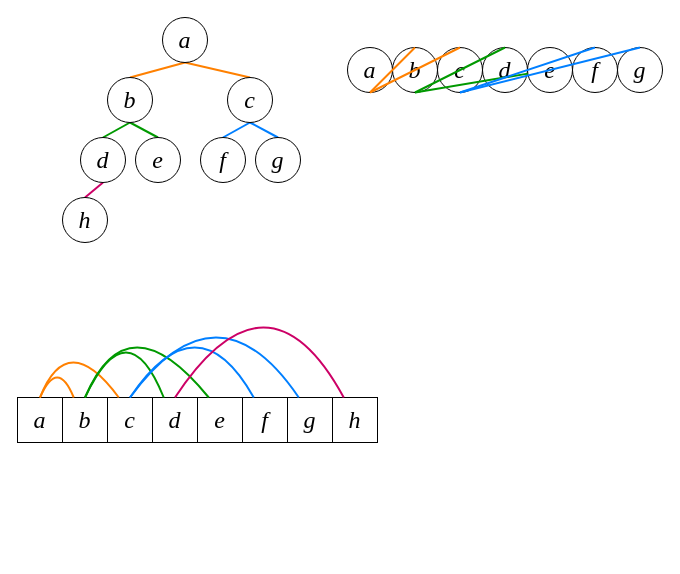
Above: graphs/Complete Binary Tree.drawio in lgreco/images (draw.io), before the change. Source tidied: cells renumbered, new cells numbered last; positions are measured from the earlier drawing's top-left corner, leaving out a move shared by most shapes. Both pictures are drawn from the tidied source at 100%, with x=0, y=0 at pixel (17, 17).
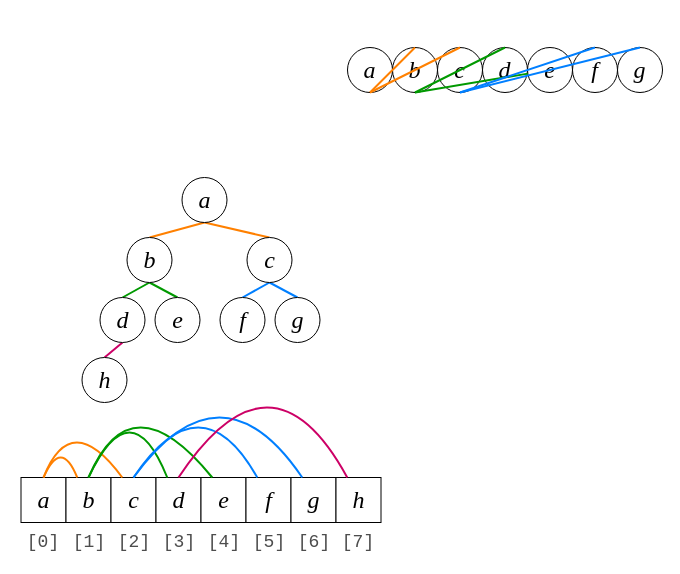
The same diagram, later.

Change to the diagram source:
```diff
@@
-    <mxCell id="2" style="endArrow=none;html=1;rounded=0;defaultLabelBackgroundColor=page;exitX=0.5;exitY=0;exitDx=0;exitDy=0;entryX=0.5;entryY=1;entryDx=0;entryDy=0;strokeWidth=2;strokeColor=#FF8000;" parent="1" edge="1" source="39" target="37">
-      <mxGeometry relative="1" as="geometry" />
-    </mxCell>
-    <mxCell id="3" style="endArrow=none;html=1;rounded=0;defaultLabelBackgroundColor=page;exitX=0.5;exitY=0;exitDx=0;exitDy=0;entryX=0.5;entryY=1;entryDx=0;entryDy=0;strokeWidth=2;strokeColor=#FF8000;" parent="1" edge="1" source="38" target="37">
-      <mxGeometry relative="1" as="geometry" />
-    </mxCell>
-    <mxCell id="4" style="endArrow=none;html=1;rounded=0;defaultLabelBackgroundColor=page;exitX=0.5;exitY=0;exitDx=0;exitDy=0;entryX=0.5;entryY=1;entryDx=0;entryDy=0;strokeWidth=2;strokeColor=#009900;" parent="1" edge="1" source="40" target="39">
-      <mxGeometry relative="1" as="geometry" />
-    </mxCell>
-    <mxCell id="5" style="endArrow=none;html=1;rounded=0;defaultLabelBackgroundColor=page;entryX=0.5;entryY=1;entryDx=0;entryDy=0;strokeWidth=2;strokeColor=#009900;exitX=0.5;exitY=0;exitDx=0;exitDy=0;" parent="1" edge="1" source="41" target="39">
-      <mxGeometry relative="1" as="geometry" />
-    </mxCell>
-    <mxCell id="6" style="endArrow=none;html=1;rounded=0;defaultLabelBackgroundColor=page;exitX=0.5;exitY=0;exitDx=0;exitDy=0;entryX=0.5;entryY=1;entryDx=0;entryDy=0;strokeWidth=2;strokeColor=#007FFF;" parent="1" edge="1" source="42" target="38">
-      <mxGeometry relative="1" as="geometry" />
-    </mxCell>
-    <mxCell id="7" style="endArrow=none;html=1;rounded=0;defaultLabelBackgroundColor=page;entryX=0.5;entryY=1;entryDx=0;entryDy=0;strokeWidth=2;strokeColor=#007FFF;exitX=0.5;exitY=0;exitDx=0;exitDy=0;" parent="1" edge="1" source="43" target="38">
-      <mxGeometry relative="1" as="geometry" />
-    </mxCell>
@@
+    <mxCell id="45" style="group;" parent="1" vertex="1">
+      <mxGeometry x="64.5" y="160" width="238" height="225" as="geometry" />
+    </mxCell>
+    <mxCell id="2" style="endArrow=none;html=1;rounded=0;defaultLabelBackgroundColor=page;exitX=0.5;exitY=0;exitDx=0;exitDy=0;entryX=0.5;entryY=1;entryDx=0;entryDy=0;strokeWidth=2;strokeColor=#FF8000;" parent="45" edge="1" source="39" target="37">
+      <mxGeometry relative="1" as="geometry" />
+    </mxCell>
+    <mxCell id="3" style="endArrow=none;html=1;rounded=0;defaultLabelBackgroundColor=page;exitX=0.5;exitY=0;exitDx=0;exitDy=0;entryX=0.5;entryY=1;entryDx=0;entryDy=0;strokeWidth=2;strokeColor=#FF8000;" parent="45" edge="1" source="38" target="37">
+      <mxGeometry relative="1" as="geometry" />
+    </mxCell>
+    <mxCell id="4" style="endArrow=none;html=1;rounded=0;defaultLabelBackgroundColor=page;exitX=0.5;exitY=0;exitDx=0;exitDy=0;entryX=0.5;entryY=1;entryDx=0;entryDy=0;strokeWidth=2;strokeColor=#009900;" parent="45" edge="1" source="40" target="39">
+      <mxGeometry relative="1" as="geometry" />
+    </mxCell>
+    <mxCell id="5" style="endArrow=none;html=1;rounded=0;defaultLabelBackgroundColor=page;entryX=0.5;entryY=1;entryDx=0;entryDy=0;strokeWidth=2;strokeColor=#009900;exitX=0.5;exitY=0;exitDx=0;exitDy=0;" parent="45" edge="1" source="41" target="39">
+      <mxGeometry relative="1" as="geometry" />
+    </mxCell>
+    <mxCell id="6" style="endArrow=none;html=1;rounded=0;defaultLabelBackgroundColor=page;exitX=0.5;exitY=0;exitDx=0;exitDy=0;entryX=0.5;entryY=1;entryDx=0;entryDy=0;strokeWidth=2;strokeColor=#007FFF;" parent="45" edge="1" source="42" target="38">
+      <mxGeometry relative="1" as="geometry" />
+    </mxCell>
+    <mxCell id="7" style="endArrow=none;html=1;rounded=0;defaultLabelBackgroundColor=page;entryX=0.5;entryY=1;entryDx=0;entryDy=0;strokeWidth=2;strokeColor=#007FFF;exitX=0.5;exitY=0;exitDx=0;exitDy=0;" parent="45" edge="1" source="43" target="38">
+      <mxGeometry relative="1" as="geometry" />
+    </mxCell>
+    <mxCell id="34" style="endArrow=none;html=1;rounded=0;defaultLabelBackgroundColor=page;exitX=0.5;exitY=0;exitDx=0;exitDy=0;entryX=0.5;entryY=1;entryDx=0;entryDy=0;strokeWidth=2;strokeColor=#CC0066;" parent="45" edge="1" source="44" target="40">
+      <mxGeometry relative="1" as="geometry" />
+    </mxCell>
+    <mxCell id="37" value="a" style="ellipse;whiteSpace=wrap;html=1;shapeInside=1;fontFamily=Times New Roman;fontStyle=2;fontSize=24;spacingBottom=0;" parent="45" vertex="1">
+      <mxGeometry x="100" width="45" height="45" as="geometry" />
+    </mxCell>
+    <mxCell id="38" value="c" style="ellipse;whiteSpace=wrap;html=1;shapeInside=1;fontFamily=Times New Roman;fontStyle=2;fontSize=24;spacingBottom=0;" parent="45" vertex="1">
+      <mxGeometry x="165" y="60" width="45" height="45" as="geometry" />
+    </mxCell>
+    <mxCell id="39" value="b" style="ellipse;whiteSpace=wrap;html=1;shapeInside=1;fontFamily=Times New Roman;fontStyle=2;fontSize=24;spacingBottom=0;" parent="45" vertex="1">
+      <mxGeometry x="45" y="60" width="45" height="45" as="geometry" />
+    </mxCell>
+    <mxCell id="40" value="d" style="ellipse;whiteSpace=wrap;html=1;shapeInside=1;fontFamily=Times New Roman;fontStyle=2;fontSize=24;spacingBottom=0;" parent="45" vertex="1">
+      <mxGeometry x="18" y="120" width="45" height="45" as="geometry" />
+    </mxCell>
+    <mxCell id="41" value="e" style="ellipse;whiteSpace=wrap;html=1;shapeInside=1;fontFamily=Times New Roman;fontStyle=2;fontSize=24;spacingBottom=0;" parent="45" vertex="1">
+      <mxGeometry x="73" y="120" width="45" height="45" as="geometry" />
+    </mxCell>
+    <mxCell id="42" value="f" style="ellipse;whiteSpace=wrap;html=1;shapeInside=1;fontFamily=Times New Roman;fontStyle=2;fontSize=24;spacingBottom=0;" parent="45" vertex="1">
+      <mxGeometry x="138" y="120" width="45" height="45" as="geometry" />
+    </mxCell>
+    <mxCell id="43" value="g" style="ellipse;whiteSpace=wrap;html=1;shapeInside=1;fontFamily=Times New Roman;fontStyle=2;fontSize=24;spacingBottom=0;" parent="45" vertex="1">
+      <mxGeometry x="193" y="120" width="45" height="45" as="geometry" />
+    </mxCell>
+    <mxCell id="44" value="h" style="ellipse;whiteSpace=wrap;html=1;shapeInside=1;fontFamily=Times New Roman;fontStyle=2;fontSize=24;spacingBottom=0;" parent="45" vertex="1">
+      <mxGeometry y="180" width="45" height="45" as="geometry" />
+    </mxCell>
+    <mxCell id="46" style="group;" parent="1" vertex="1">
+      <mxGeometry x="3.5" y="360" width="360" height="180" as="geometry" />
+    </mxCell>
-    <mxCell id="21" value="a" style="whiteSpace=wrap;html=1;fontSize=24;fontFamily=Times New Roman;fontStyle=2;" parent="1" vertex="1">
-      <mxGeometry y="380" width="45" height="45" as="geometry" />
+    <mxCell id="21" value="a" style="whiteSpace=wrap;html=1;fontSize=24;fontFamily=Times New Roman;fontStyle=2;" parent="46" vertex="1">
+      <mxGeometry y="100" width="45" height="45" as="geometry" />
     </mxCell>
-    <mxCell id="22" value="b" style="whiteSpace=wrap;html=1;fontSize=24;fontFamily=Times New Roman;fontStyle=2;" parent="1" vertex="1">
-      <mxGeometry x="45" y="380" width="45" height="45" as="geometry" />
+    <mxCell id="22" value="b" style="whiteSpace=wrap;html=1;fontSize=24;fontFamily=Times New Roman;fontStyle=2;" parent="46" vertex="1">
+      <mxGeometry x="45" y="100" width="45" height="45" as="geometry" />
     </mxCell>
-    <mxCell id="23" value="c" style="whiteSpace=wrap;html=1;fontSize=24;fontFamily=Times New Roman;fontStyle=2;" parent="1" vertex="1">
-      <mxGeometry x="90" y="380" width="45" height="45" as="geometry" />
+    <mxCell id="23" value="c" style="whiteSpace=wrap;html=1;fontSize=24;fontFamily=Times New Roman;fontStyle=2;" parent="46" vertex="1">
+      <mxGeometry x="90" y="100" width="45" height="45" as="geometry" />
     </mxCell>
-    <mxCell id="24" value="d" style="whiteSpace=wrap;html=1;fontSize=24;fontFamily=Times New Roman;fontStyle=2;" parent="1" vertex="1">
-      <mxGeometry x="135" y="380" width="45" height="45" as="geometry" />
+    <mxCell id="24" value="d" style="whiteSpace=wrap;html=1;fontSize=24;fontFamily=Times New Roman;fontStyle=2;" parent="46" vertex="1">
+      <mxGeometry x="135" y="100" width="45" height="45" as="geometry" />
     </mxCell>
-    <mxCell id="25" value="e" style="whiteSpace=wrap;html=1;fontSize=24;fontFamily=Times New Roman;fontStyle=2;" parent="1" vertex="1">
-      <mxGeometry x="180" y="380" width="45" height="45" as="geometry" />
+    <mxCell id="25" value="e" style="whiteSpace=wrap;html=1;fontSize=24;fontFamily=Times New Roman;fontStyle=2;" parent="46" vertex="1">
+      <mxGeometry x="180" y="100" width="45" height="45" as="geometry" />
     </mxCell>
-    <mxCell id="26" value="f" style="whiteSpace=wrap;html=1;fontSize=24;fontFamily=Times New Roman;fontStyle=2;" parent="1" vertex="1">
-      <mxGeometry x="225" y="380" width="45" height="45" as="geometry" />
+    <mxCell id="26" value="f" style="whiteSpace=wrap;html=1;fontSize=24;fontFamily=Times New Roman;fontStyle=2;" parent="46" vertex="1">
+      <mxGeometry x="225" y="100" width="45" height="45" as="geometry" />
     </mxCell>
-    <mxCell id="27" value="g" style="whiteSpace=wrap;html=1;fontSize=24;fontFamily=Times New Roman;fontStyle=2;" parent="1" vertex="1">
-      <mxGeometry x="270" y="380" width="45" height="45" as="geometry" />
+    <mxCell id="27" value="g" style="whiteSpace=wrap;html=1;fontSize=24;fontFamily=Times New Roman;fontStyle=2;" parent="46" vertex="1">
+      <mxGeometry x="270" y="100" width="45" height="45" as="geometry" />
     </mxCell>
-    <mxCell id="28" style="endArrow=none;html=1;rounded=0;defaultLabelBackgroundColor=page;exitX=0.5;exitY=0;exitDx=0;exitDy=0;strokeWidth=2;strokeColor=#FF8000;curved=1;curveGeometry=1;entryX=0.25;entryY=0;entryDx=0;entryDy=0;" parent="1" edge="1" source="21" target="22">
+    <mxCell id="28" style="endArrow=none;html=1;rounded=0;defaultLabelBackgroundColor=page;exitX=0.5;exitY=0;exitDx=0;exitDy=0;strokeWidth=2;strokeColor=#FF8000;curved=1;curveGeometry=1;entryX=0.25;entryY=0;entryDx=0;entryDy=0;" parent="46" edge="1" source="21" target="22">
       <mxGeometry x="-0.01" relative="1" as="geometry">
         <Array as="points">
-          <mxPoint x="40" y="340" />
+          <mxPoint x="40" y="60" />
         </Array>
       </mxGeometry>
     </mxCell>
-    <mxCell id="29" style="endArrow=none;html=1;rounded=0;defaultLabelBackgroundColor=page;exitX=0.5;exitY=0;exitDx=0;exitDy=0;strokeWidth=2;strokeColor=#FF8000;curved=1;curveGeometry=1;entryX=0.25;entryY=0;entryDx=0;entryDy=0;" parent="1" edge="1" source="21" target="23">
+    <mxCell id="29" style="endArrow=none;html=1;rounded=0;defaultLabelBackgroundColor=page;exitX=0.5;exitY=0;exitDx=0;exitDy=0;strokeWidth=2;strokeColor=#FF8000;curved=1;curveGeometry=1;entryX=0.25;entryY=0;entryDx=0;entryDy=0;" parent="46" edge="1" source="21" target="23">
       <mxGeometry x="0.82" relative="1" as="geometry">
         <Array as="points">
-          <mxPoint x="50" y="310" />
+          <mxPoint x="50" y="30" />
         </Array>
       </mxGeometry>
     </mxCell>
-    <mxCell id="30" style="endArrow=none;html=1;rounded=0;defaultLabelBackgroundColor=page;exitX=0.5;exitY=0;exitDx=0;exitDy=0;entryX=0.25;entryY=0;entryDx=0;entryDy=0;strokeWidth=2;strokeColor=#009900;curved=1;curveGeometry=1;" parent="1" edge="1" source="22" target="24">
+    <mxCell id="30" style="endArrow=none;html=1;rounded=0;defaultLabelBackgroundColor=page;exitX=0.5;exitY=0;exitDx=0;exitDy=0;entryX=0.25;entryY=0;entryDx=0;entryDy=0;strokeWidth=2;strokeColor=#009900;curved=1;curveGeometry=1;" parent="46" edge="1" source="22" target="24">
       <mxGeometry relative="1" as="geometry">
         <Array as="points">
-          <mxPoint x="110" y="290" />
+          <mxPoint x="110" y="10" />
         </Array>
       </mxGeometry>
     </mxCell>
-    <mxCell id="31" style="endArrow=none;html=1;rounded=0;defaultLabelBackgroundColor=page;exitX=0.5;exitY=0;exitDx=0;exitDy=0;entryX=0.25;entryY=0;entryDx=0;entryDy=0;strokeWidth=2;strokeColor=#009900;curved=1;curveGeometry=1;" parent="1" edge="1" source="22" target="25">
+    <mxCell id="31" style="endArrow=none;html=1;rounded=0;defaultLabelBackgroundColor=page;exitX=0.5;exitY=0;exitDx=0;exitDy=0;entryX=0.25;entryY=0;entryDx=0;entryDy=0;strokeWidth=2;strokeColor=#009900;curved=1;curveGeometry=1;" parent="46" edge="1" source="22" target="25">
       <mxGeometry relative="1" as="geometry">
         <Array as="points">
-          <mxPoint x="110" y="280" />
+          <mxPoint x="110" />
         </Array>
       </mxGeometry>
     </mxCell>
-    <mxCell id="32" style="endArrow=none;html=1;rounded=0;defaultLabelBackgroundColor=page;exitX=0.5;exitY=0;exitDx=0;exitDy=0;strokeWidth=2;strokeColor=#007FFF;curved=1;curveGeometry=1;entryX=0.25;entryY=0;entryDx=0;entryDy=0;" parent="1" edge="1" source="23" target="26">
+    <mxCell id="32" style="endArrow=none;html=1;rounded=0;defaultLabelBackgroundColor=page;exitX=0.5;exitY=0;exitDx=0;exitDy=0;strokeWidth=2;strokeColor=#007FFF;curved=1;curveGeometry=1;entryX=0.25;entryY=0;entryDx=0;entryDy=0;" parent="46" edge="1" source="23" target="26">
       <mxGeometry relative="1" as="geometry">
         <Array as="points">
-          <mxPoint x="180" y="280" />
+          <mxPoint x="180" />
         </Array>
       </mxGeometry>
     </mxCell>
+    <mxCell id="35" value="h" style="whiteSpace=wrap;html=1;fontSize=24;fontFamily=Times New Roman;fontStyle=2;" parent="46" vertex="1">
+      <mxGeometry x="315" y="100" width="45" height="45" as="geometry" />
+    </mxCell>
+    <mxCell id="47" value="[0]" style="text;html=1;whiteSpace=wrap;strokeColor=none;fillColor=none;align=center;verticalAlign=middle;rounded=0;fontFamily=Courier New;fontStyle=0;fontColor=#4D4D4D;fontSize=18;" parent="46" vertex="1">
+      <mxGeometry x="3.8" y="150" width="37.5" height="30" as="geometry" />
+    </mxCell>
+    <mxCell id="48" value="[1]" style="text;html=1;whiteSpace=wrap;strokeColor=none;fillColor=none;align=center;verticalAlign=middle;rounded=0;fontFamily=Courier New;fontStyle=0;fontColor=#4D4D4D;fontSize=18;" parent="46" vertex="1">
+      <mxGeometry x="49" y="150" width="37.5" height="30" as="geometry" />
+    </mxCell>
+    <mxCell id="49" value="[2]" style="text;html=1;whiteSpace=wrap;strokeColor=none;fillColor=none;align=center;verticalAlign=middle;rounded=0;fontFamily=Courier New;fontStyle=0;fontColor=#4D4D4D;fontSize=18;" parent="46" vertex="1">
+      <mxGeometry x="94" y="150" width="37.5" height="30" as="geometry" />
+    </mxCell>
+    <mxCell id="50" value="[3]" style="text;html=1;whiteSpace=wrap;strokeColor=none;fillColor=none;align=center;verticalAlign=middle;rounded=0;fontFamily=Courier New;fontStyle=0;fontColor=#4D4D4D;fontSize=18;" parent="46" vertex="1">
+      <mxGeometry x="139" y="150" width="37.5" height="30" as="geometry" />
+    </mxCell>
+    <mxCell id="51" value="[4]" style="text;html=1;whiteSpace=wrap;strokeColor=none;fillColor=none;align=center;verticalAlign=middle;rounded=0;fontFamily=Courier New;fontStyle=0;fontColor=#4D4D4D;fontSize=18;" parent="46" vertex="1">
+      <mxGeometry x="184" y="150" width="37.5" height="30" as="geometry" />
+    </mxCell>
+    <mxCell id="52" value="[5]" style="text;html=1;whiteSpace=wrap;strokeColor=none;fillColor=none;align=center;verticalAlign=middle;rounded=0;fontFamily=Courier New;fontStyle=0;fontColor=#4D4D4D;fontSize=18;" parent="46" vertex="1">
+      <mxGeometry x="229" y="150" width="37.5" height="30" as="geometry" />
+    </mxCell>
+    <mxCell id="53" value="[6]" style="text;html=1;whiteSpace=wrap;strokeColor=none;fillColor=none;align=center;verticalAlign=middle;rounded=0;fontFamily=Courier New;fontStyle=0;fontColor=#4D4D4D;fontSize=18;" parent="46" vertex="1">
+      <mxGeometry x="274" y="150" width="37.5" height="30" as="geometry" />
+    </mxCell>
+    <mxCell id="54" value="[7]" style="text;html=1;whiteSpace=wrap;strokeColor=none;fillColor=none;align=center;verticalAlign=middle;rounded=0;fontFamily=Courier New;fontStyle=0;fontColor=#4D4D4D;fontSize=18;" parent="46" vertex="1">
+      <mxGeometry x="318.8" y="150" width="37.5" height="30" as="geometry" />
+    </mxCell>
-    <mxCell id="33" style="endArrow=none;html=1;rounded=0;defaultLabelBackgroundColor=page;exitX=0.5;exitY=0;exitDx=0;exitDy=0;strokeWidth=2;strokeColor=#007FFF;curved=1;curveGeometry=1;entryX=0.25;entryY=0;entryDx=0;entryDy=0;" parent="1" edge="1" source="23" target="27">
+    <mxCell id="33" style="endArrow=none;html=1;rounded=0;defaultLabelBackgroundColor=page;exitX=0.5;exitY=0;exitDx=0;exitDy=0;strokeWidth=2;strokeColor=#007FFF;curved=1;curveGeometry=1;entryX=0.25;entryY=0;entryDx=0;entryDy=0;" parent="46" edge="1" source="23" target="27">
       <mxGeometry x="0.09" relative="1" as="geometry">
         <Array as="points">
-          <mxPoint x="200" y="260" />
+          <mxPoint x="200" y="-20" />
         </Array>
       </mxGeometry>
     </mxCell>
-    <mxCell id="34" style="endArrow=none;html=1;rounded=0;defaultLabelBackgroundColor=page;exitX=0.5;exitY=0;exitDx=0;exitDy=0;entryX=0.5;entryY=1;entryDx=0;entryDy=0;strokeWidth=2;strokeColor=#CC0066;" parent="1" edge="1" source="44" target="40">
-      <mxGeometry relative="1" as="geometry" />
-    </mxCell>
-    <mxCell id="35" value="h" style="whiteSpace=wrap;html=1;fontSize=24;fontFamily=Times New Roman;fontStyle=2;" parent="1" vertex="1">
-      <mxGeometry x="315" y="380" width="45" height="45" as="geometry" />
-    </mxCell>
-    <mxCell id="36" style="endArrow=none;html=1;rounded=0;defaultLabelBackgroundColor=page;exitX=0.5;exitY=0;exitDx=0;exitDy=0;entryX=0.25;entryY=0;entryDx=0;entryDy=0;strokeWidth=2;strokeColor=#CC0066;curved=1;curveGeometry=1;" parent="1" edge="1" source="24" target="35">
+    <mxCell id="36" style="endArrow=none;html=1;rounded=0;defaultLabelBackgroundColor=page;exitX=0.5;exitY=0;exitDx=0;exitDy=0;entryX=0.25;entryY=0;entryDx=0;entryDy=0;strokeWidth=2;strokeColor=#CC0066;curved=1;curveGeometry=1;" parent="46" edge="1" source="24" target="35">
       <mxGeometry relative="1" as="geometry">
         <Array as="points">
-          <mxPoint x="250" y="240" />
+          <mxPoint x="250" y="-40" />
         </Array>
       </mxGeometry>
     </mxCell>
-    <mxCell id="37" value="a" style="ellipse;whiteSpace=wrap;html=1;shapeInside=1;fontFamily=Times New Roman;fontStyle=2;fontSize=24;spacingBottom=0;" parent="1" vertex="1">
-      <mxGeometry x="145" width="45" height="45" as="geometry" />
-    </mxCell>
-    <mxCell id="38" value="c" style="ellipse;whiteSpace=wrap;html=1;shapeInside=1;fontFamily=Times New Roman;fontStyle=2;fontSize=24;spacingBottom=0;" parent="1" vertex="1">
-      <mxGeometry x="210" y="60" width="45" height="45" as="geometry" />
-    </mxCell>
-    <mxCell id="39" value="b" style="ellipse;whiteSpace=wrap;html=1;shapeInside=1;fontFamily=Times New Roman;fontStyle=2;fontSize=24;spacingBottom=0;" parent="1" vertex="1">
-      <mxGeometry x="90" y="60" width="45" height="45" as="geometry" />
-    </mxCell>
-    <mxCell id="40" value="d" style="ellipse;whiteSpace=wrap;html=1;shapeInside=1;fontFamily=Times New Roman;fontStyle=2;fontSize=24;spacingBottom=0;" parent="1" vertex="1">
-      <mxGeometry x="63" y="120" width="45" height="45" as="geometry" />
-    </mxCell>
-    <mxCell id="41" value="e" style="ellipse;whiteSpace=wrap;html=1;shapeInside=1;fontFamily=Times New Roman;fontStyle=2;fontSize=24;spacingBottom=0;" parent="1" vertex="1">
-      <mxGeometry x="118" y="120" width="45" height="45" as="geometry" />
-    </mxCell>
-    <mxCell id="42" value="f" style="ellipse;whiteSpace=wrap;html=1;shapeInside=1;fontFamily=Times New Roman;fontStyle=2;fontSize=24;spacingBottom=0;" parent="1" vertex="1">
-      <mxGeometry x="183" y="120" width="45" height="45" as="geometry" />
-    </mxCell>
-    <mxCell id="43" value="g" style="ellipse;whiteSpace=wrap;html=1;shapeInside=1;fontFamily=Times New Roman;fontStyle=2;fontSize=24;spacingBottom=0;" parent="1" vertex="1">
-      <mxGeometry x="238" y="120" width="45" height="45" as="geometry" />
-    </mxCell>
-    <mxCell id="44" value="h" style="ellipse;whiteSpace=wrap;html=1;shapeInside=1;fontFamily=Times New Roman;fontStyle=2;fontSize=24;spacingBottom=0;" parent="1" vertex="1">
-      <mxGeometry x="45" y="180" width="45" height="45" as="geometry" />
-    </mxCell>
```
